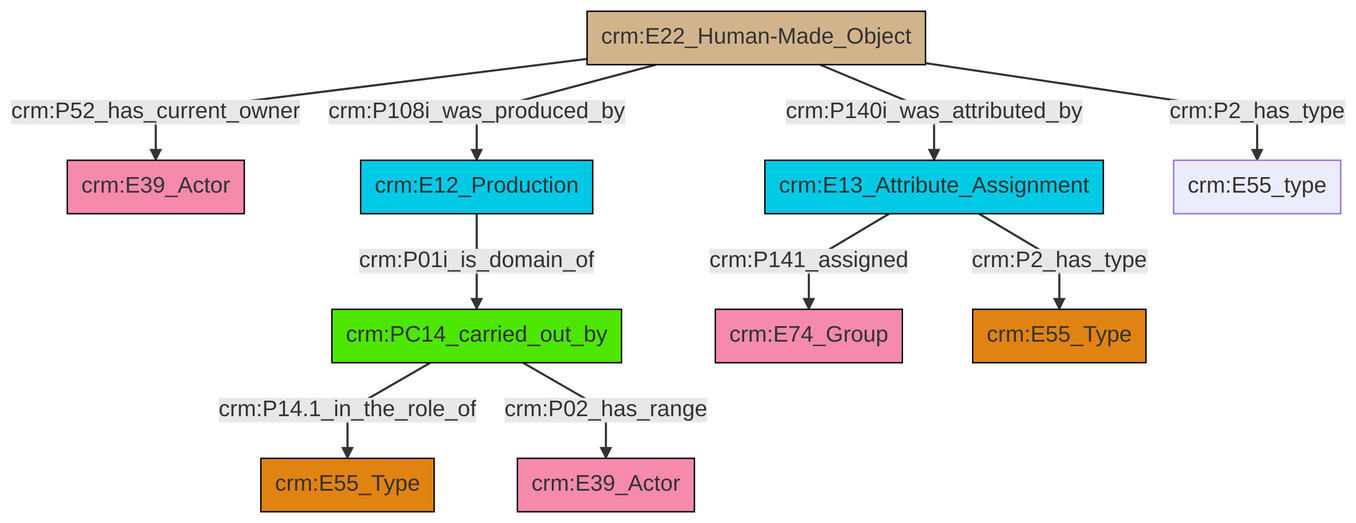
Earlier version of the Mermaid export et/builtWorkCSV/ttl/mmd/png/Built_Work_actor_relations.png (swiss-art-research-net/docs.swissartresearch). Its source is kept beside it as et/builtWorkCSV/ttl/mmd/Built_Work_actor_relations.ttl.mmd.
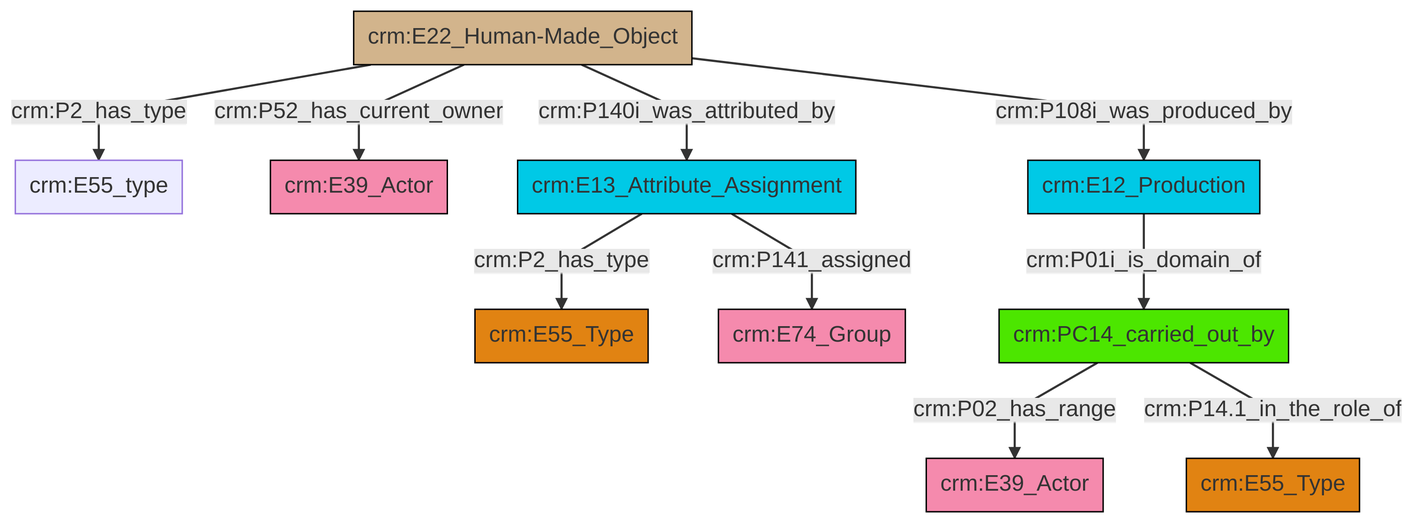
After the change.

What changed in the source:
```diff
@@ -13,12 +13,12 @@
 classDef PC_Classes fill:#4ce600, stroke:#000000;
 classDef Multi fill:#cccccc,stroke:#000000;
 
-4["crm:E22_Human-Made_Object"]:::Physical_Thing -->|crm:P52_has_current_owner| 0["crm:E39_Actor"]:::Actor
-4["crm:E22_Human-Made_Object"]:::Physical_Thing -->|crm:P140i_was_attributed_by| 7["crm:E13_Attribute_Assignment"]:::Temporal_Entity
-7["crm:E13_Attribute_Assignment"]:::Temporal_Entity -->|crm:P141_assigned| 12["crm:E74_Group"]:::Actor
-7["crm:E13_Attribute_Assignment"]:::Temporal_Entity -->|crm:P2_has_type| 14["crm:E55_Type"]:::Type
-16["crm:E12_Production"]:::Temporal_Entity -->|crm:P01i_is_domain_of| 10["crm:PC14_carried_out_by"]:::PC_Classes
-4["crm:E22_Human-Made_Object"]:::Physical_Thing -->|crm:P2_has_type| 18["crm:E55_type"]:::Default
-4["crm:E22_Human-Made_Object"]:::Physical_Thing -->|crm:P108i_was_produced_by| 16["crm:E12_Production"]:::Temporal_Entity
-10["crm:PC14_carried_out_by"]:::PC_Classes -->|crm:P14.1_in_the_role_of| 2["crm:E55_Type"]:::Type
-10["crm:PC14_carried_out_by"]:::PC_Classes -->|crm:P02_has_range| 5["crm:E39_Actor"]:::Actor
+8["crm:E22_Human-Made_Object"]:::Physical_Thing -->|crm:P2_has_type| 0["crm:E55_type"]:::Default
+9["crm:E13_Attribute_Assignment"]:::Temporal_Entity -->|crm:P2_has_type| 6["crm:E55_Type"]:::Type
+8["crm:E22_Human-Made_Object"]:::Physical_Thing -->|crm:P108i_was_produced_by| 4["crm:E12_Production"]:::Temporal_Entity
+14["crm:PC14_carried_out_by"]:::PC_Classes -->|crm:P02_has_range| 15["crm:E39_Actor"]:::Actor
+8["crm:E22_Human-Made_Object"]:::Physical_Thing -->|crm:P52_has_current_owner| 2["crm:E39_Actor"]:::Actor
+4["crm:E12_Production"]:::Temporal_Entity -->|crm:P01i_is_domain_of| 14["crm:PC14_carried_out_by"]:::PC_Classes
+9["crm:E13_Attribute_Assignment"]:::Temporal_Entity -->|crm:P141_assigned| 10["crm:E74_Group"]:::Actor
+8["crm:E22_Human-Made_Object"]:::Physical_Thing -->|crm:P140i_was_attributed_by| 9["crm:E13_Attribute_Assignment"]:::Temporal_Entity
+14["crm:PC14_carried_out_by"]:::PC_Classes -->|crm:P14.1_in_the_role_of| 18["crm:E55_Type"]:::Type
```
